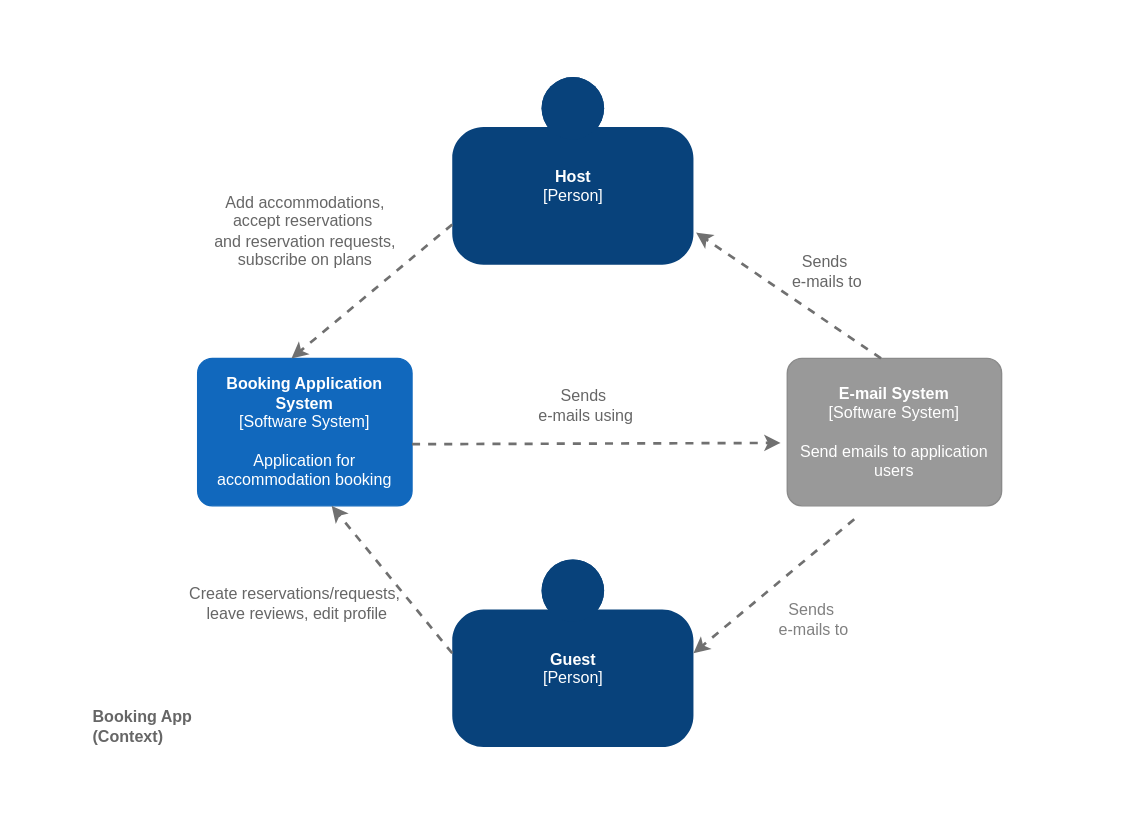
Earlier version of the draw.io diagram page "C4 Context" (1 of 5) of c4 diagram.drawio (djordjekrsmanovic/modular_monolith). Source tidied: cells renumbered, new cells numbered last; positions are measured from the earlier drawing's top-left corner, leaving out a move shared by most shapes. Both pictures are drawn from the tidied source at 134%, with x=0, y=0 at pixel (90, 76).
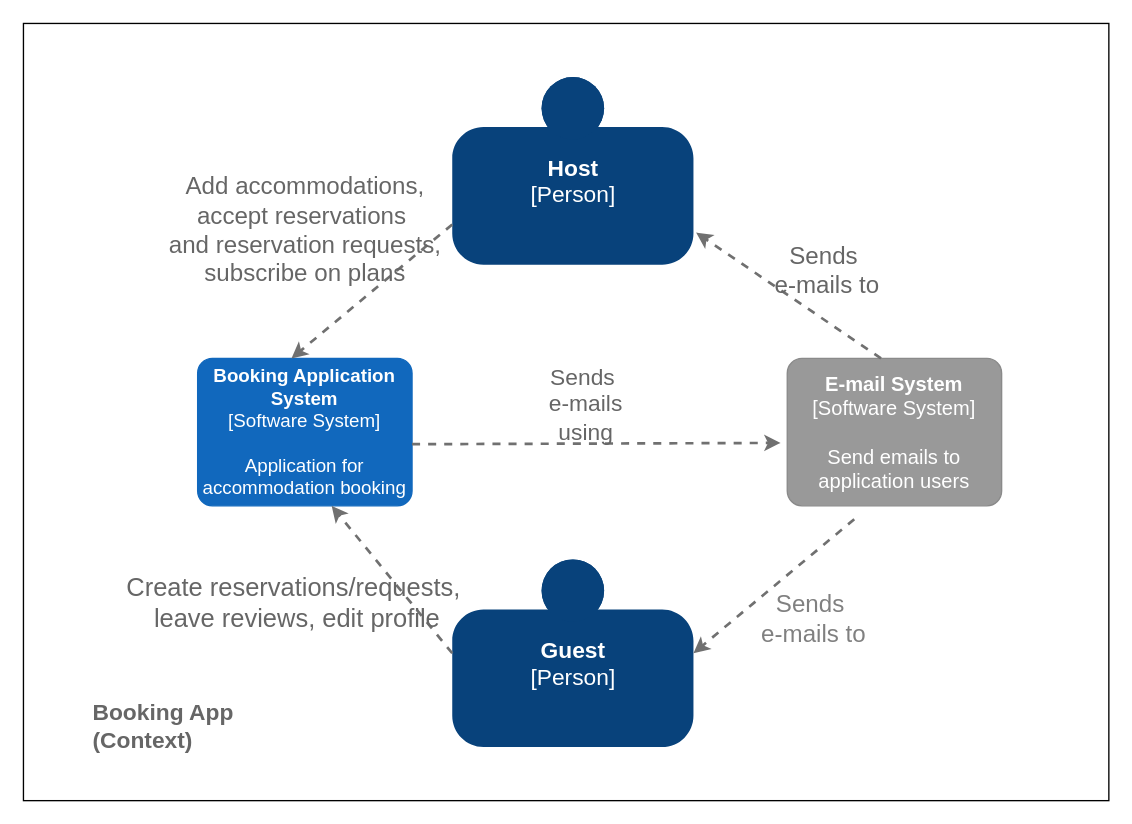
The same page after the edit.

The edit, as a diff of the source:
```diff
@@
+    <mxCell id="17" style="rounded=0;whiteSpace=wrap;html=1;" parent="1" vertex="1">
+      <mxGeometry x="-50" y="-40" width="810" height="580" as="geometry" />
+    </mxCell>
-    <mxCell id="2" value="&lt;b&gt;Booking App&lt;br&gt;(Context)&lt;/b&gt;" style="text;html=1;align=left;verticalAlign=middle;fontColor=#666666;" parent="1" vertex="1">
-      <mxGeometry y="465" width="100" height="40" as="geometry" />
+    <mxCell id="2" value="&lt;b style=&quot;font-size: 17px;&quot;&gt;Booking App&lt;br style=&quot;font-size: 17px;&quot;&gt;(Context)&lt;/b&gt;" style="text;html=1;align=left;verticalAlign=middle;fontColor=#666666;fontSize=17;" parent="1" vertex="1">
+      <mxGeometry y="460" width="130" height="50" as="geometry" />
     </mxCell>
-    <object id="3" label="&lt;b&gt;%c4Name%&lt;/b&gt;&lt;div&gt;[%c4Type%]&lt;/div&gt;&lt;br&gt;&lt;div&gt;%c4Description%&lt;/div&gt;" c4Description="" c4Name="Guest" c4Type="Person" placeholders="1">
-      <mxCell style="html=1;dashed=0;whitespace=wrap;fillColor=#08427b;strokeColor=none;fontColor=#ffffff;shape=mxgraph.c4.person;align=center;metaData={&quot;c4Type&quot;:{&quot;editable&quot;:false}};" parent="1" vertex="1">
+    <object id="3" label="&lt;b style=&quot;font-size: 17px;&quot;&gt;%c4Name%&lt;/b&gt;&lt;div style=&quot;font-size: 17px;&quot;&gt;[%c4Type%]&lt;/div&gt;&lt;br style=&quot;font-size: 17px;&quot;&gt;&lt;div style=&quot;font-size: 17px;&quot;&gt;%c4Description%&lt;/div&gt;" c4Description="" c4Name="Guest" c4Type="Person" placeholders="1">
+      <mxCell style="html=1;dashed=0;whitespace=wrap;fillColor=#08427b;strokeColor=none;fontColor=#ffffff;shape=mxgraph.c4.person;align=center;metaData={&quot;c4Type&quot;:{&quot;editable&quot;:false}};fontSize=17;" parent="1" vertex="1">
         <mxGeometry x="270" y="360" width="180" height="140" as="geometry" />
       </mxCell>
     </object>
-    <object id="4" label="&lt;b&gt;%c4Name%&lt;/b&gt;&lt;div&gt;[%c4Type%]&lt;/div&gt;&lt;br&gt;&lt;div&gt;%c4Description%&lt;/div&gt;" c4Description="Send emails to application users" c4Name="E-mail System" c4Type="Software System" placeholders="1">
-      <mxCell style="rounded=1;whiteSpace=wrap;html=1;labelBackgroundColor=none;fillColor=#999999;fontColor=#ffffff;align=center;arcSize=10;strokeColor=#8A8A8A;metaData={&quot;c4Type&quot;:{&quot;editable&quot;:false}};points=[[0.25,0,0],[0.5,0,0],[0.75,0,0],[1,0.25,0],[1,0.5,0],[1,0.75,0],[0.75,1,0],[0.5,1,0],[0.25,1,0],[0,0.75,0],[0,0.5,0],[0,0.25,0]];" parent="1" vertex="1">
+    <object id="4" label="&lt;b style=&quot;font-size: 15px;&quot;&gt;%c4Name%&lt;/b&gt;&lt;div style=&quot;font-size: 15px;&quot;&gt;[%c4Type%]&lt;/div&gt;&lt;br style=&quot;font-size: 15px;&quot;&gt;&lt;div style=&quot;font-size: 15px;&quot;&gt;%c4Description%&lt;/div&gt;" c4Description="Send emails to application users" c4Name="E-mail System" c4Type="Software System" placeholders="1">
+      <mxCell style="rounded=1;whiteSpace=wrap;html=1;labelBackgroundColor=none;fillColor=#999999;fontColor=#ffffff;align=center;arcSize=10;strokeColor=#8A8A8A;metaData={&quot;c4Type&quot;:{&quot;editable&quot;:false}};points=[[0.25,0,0],[0.5,0,0],[0.75,0,0],[1,0.25,0],[1,0.5,0],[1,0.75,0],[0.75,1,0],[0.5,1,0],[0.25,1,0],[0,0.75,0],[0,0.5,0],[0,0.25,0]];fontSize=15;" parent="1" vertex="1">
         <mxGeometry x="520" y="210" width="160" height="110" as="geometry" />
       </mxCell>
     </object>
-    <object id="5" label="&lt;b&gt;%c4Name%&lt;/b&gt;&lt;div&gt;[%c4Type%]&lt;/div&gt;&lt;br&gt;&lt;div&gt;%c4Description%&lt;/div&gt;" c4Description="Application for accommodation booking" c4Name="Booking Application System" c4Type="Software System" placeholders="1">
-      <mxCell style="rounded=1;whiteSpace=wrap;html=1;labelBackgroundColor=none;fillColor=#1168BD;fontColor=#ffffff;align=center;arcSize=10;strokeColor=#1168BD;metaData={&quot;c4Type&quot;:{&quot;editable&quot;:false}};" parent="1" vertex="1">
+    <object id="5" label="&lt;b style=&quot;font-size: 14px;&quot;&gt;%c4Name%&lt;/b&gt;&lt;div style=&quot;font-size: 14px;&quot;&gt;[%c4Type%]&lt;/div&gt;&lt;br style=&quot;font-size: 14px;&quot;&gt;&lt;div style=&quot;font-size: 14px;&quot;&gt;%c4Description%&lt;/div&gt;" c4Description="Application for accommodation booking" c4Name="Booking Application System" c4Type="Software System" placeholders="1">
+      <mxCell style="rounded=1;whiteSpace=wrap;html=1;labelBackgroundColor=none;fillColor=#1168BD;fontColor=#ffffff;align=center;arcSize=10;strokeColor=#1168BD;metaData={&quot;c4Type&quot;:{&quot;editable&quot;:false}};fontSize=14;" parent="1" vertex="1">
         <mxGeometry x="80" y="210" width="160" height="110" as="geometry" />
       </mxCell>
     </object>
-    <object id="6" label="&lt;b&gt;%c4Name%&lt;/b&gt;&lt;div&gt;[%c4Type%]&lt;/div&gt;&lt;br&gt;&lt;div&gt;%c4Description%&lt;/div&gt;" c4Description="" c4Name="Host" c4Type="Person" placeholders="1">
-      <mxCell style="html=1;dashed=0;whitespace=wrap;fillColor=#08427b;strokeColor=none;fontColor=#ffffff;shape=mxgraph.c4.person;align=center;points=[[0.5,0,0],[1,0.5,0],[1,0.75,0],[0.75,1,0],[0.5,1,0],[0.25,1,0],[0,0.75,0],[0,0.5,0]];metaData={&quot;c4Type&quot;:{&quot;editable&quot;:false}};" parent="1" vertex="1">
+    <object id="6" label="&lt;b style=&quot;font-size: 17px;&quot;&gt;%c4Name%&lt;/b&gt;&lt;div style=&quot;font-size: 17px;&quot;&gt;[%c4Type%]&lt;/div&gt;&lt;br style=&quot;font-size: 17px;&quot;&gt;&lt;div style=&quot;font-size: 17px;&quot;&gt;%c4Description%&lt;/div&gt;" c4Description="" c4Name="Host" c4Type="Person" placeholders="1">
+      <mxCell style="html=1;dashed=0;whitespace=wrap;fillColor=#08427b;strokeColor=none;fontColor=#ffffff;shape=mxgraph.c4.person;align=center;points=[[0.5,0,0],[1,0.5,0],[1,0.75,0],[0.75,1,0],[0.5,1,0],[0.25,1,0],[0,0.75,0],[0,0.5,0]];metaData={&quot;c4Type&quot;:{&quot;editable&quot;:false}};fontSize=17;" parent="1" vertex="1">
         <mxGeometry x="270" width="180" height="140" as="geometry" />
       </mxCell>
     </object>
@@
-    <mxCell id="10" value="&lt;font color=&quot;#666666&quot;&gt;Sends&amp;nbsp;&lt;/font&gt;&lt;div&gt;&lt;font color=&quot;#666666&quot;&gt;e-mails using&lt;/font&gt;&lt;/div&gt;" style="text;html=1;align=center;verticalAlign=middle;whiteSpace=wrap;rounded=0;" parent="1" vertex="1">
+    <mxCell id="10" value="&lt;font color=&quot;#666666&quot; style=&quot;font-size: 17px;&quot;&gt;Sends&amp;nbsp;&lt;/font&gt;&lt;div style=&quot;font-size: 17px;&quot;&gt;&lt;font color=&quot;#666666&quot; style=&quot;font-size: 17px;&quot;&gt;e-mails using&lt;/font&gt;&lt;/div&gt;" style="text;html=1;align=center;verticalAlign=middle;whiteSpace=wrap;rounded=0;fontSize=17;" parent="1" vertex="1">
       <mxGeometry x="320" y="230" width="100" height="30" as="geometry" />
     </mxCell>
-    <mxCell id="11" value="&lt;font color=&quot;#666666&quot;&gt;Sends&amp;nbsp;&lt;/font&gt;&lt;div&gt;&lt;font color=&quot;#666666&quot;&gt;e-mails to&lt;/font&gt;&lt;/div&gt;" style="text;html=1;align=center;verticalAlign=middle;whiteSpace=wrap;rounded=0;" parent="1" vertex="1">
+    <mxCell id="11" value="&lt;font style=&quot;font-size: 18px;&quot; color=&quot;#666666&quot;&gt;Sends&amp;nbsp;&lt;/font&gt;&lt;div style=&quot;font-size: 18px;&quot;&gt;&lt;font style=&quot;font-size: 18px;&quot; color=&quot;#666666&quot;&gt;e-mails to&lt;/font&gt;&lt;/div&gt;" style="text;html=1;align=center;verticalAlign=middle;whiteSpace=wrap;rounded=0;fontSize=18;" parent="1" vertex="1">
       <mxGeometry x="500" y="130" width="100" height="30" as="geometry" />
     </mxCell>
-    <mxCell id="12" value="&lt;font color=&quot;#808080&quot;&gt;Sends&amp;nbsp;&lt;/font&gt;&lt;div&gt;&lt;font color=&quot;#808080&quot;&gt;e-mails to&lt;/font&gt;&lt;/div&gt;" style="text;html=1;align=center;verticalAlign=middle;whiteSpace=wrap;rounded=0;" parent="1" vertex="1">
+    <mxCell id="12" value="&lt;font style=&quot;font-size: 18px;&quot; color=&quot;#808080&quot;&gt;Sends&amp;nbsp;&lt;/font&gt;&lt;div style=&quot;font-size: 18px;&quot;&gt;&lt;font style=&quot;font-size: 18px;&quot; color=&quot;#808080&quot;&gt;e-mails to&lt;/font&gt;&lt;/div&gt;" style="text;html=1;align=center;verticalAlign=middle;whiteSpace=wrap;rounded=0;fontSize=18;" parent="1" vertex="1">
       <mxGeometry x="490" y="390" width="100" height="30" as="geometry" />
     </mxCell>
@@
-    <mxCell id="14" value="&lt;font color=&quot;#666666&quot;&gt;Add accommodations,&lt;br&gt;accept reservations&amp;nbsp;&lt;/font&gt;&lt;div&gt;&lt;font color=&quot;#666666&quot;&gt;and reservation requests,&lt;/font&gt;&lt;/div&gt;&lt;div&gt;&lt;font color=&quot;#666666&quot;&gt;subscribe on plans&lt;/font&gt;&lt;/div&gt;" style="text;html=1;align=center;verticalAlign=middle;strokeColor=none;fillColor=none;" parent="1" vertex="1">
-      <mxGeometry x="80" y="80" width="160" height="70" as="geometry" />
+    <mxCell id="14" value="&lt;font style=&quot;font-size: 18px;&quot; color=&quot;#666666&quot;&gt;Add accommodations,&lt;br style=&quot;font-size: 18px;&quot;&gt;accept reservations&amp;nbsp;&lt;/font&gt;&lt;div style=&quot;font-size: 18px;&quot;&gt;&lt;font style=&quot;font-size: 18px;&quot; color=&quot;#666666&quot;&gt;and reservation requests,&lt;/font&gt;&lt;/div&gt;&lt;div style=&quot;font-size: 18px;&quot;&gt;&lt;font style=&quot;font-size: 18px;&quot; color=&quot;#666666&quot;&gt;subscribe on plans&lt;/font&gt;&lt;/div&gt;" style="text;html=1;align=center;verticalAlign=middle;strokeColor=none;fillColor=none;fontSize=18;" parent="1" vertex="1">
+      <mxGeometry x="45" y="65" width="230" height="100" as="geometry" />
     </mxCell>
@@
-    <mxCell id="16" value="&lt;font color=&quot;#666666&quot;&gt;Create reservations/requests,&amp;nbsp;&lt;/font&gt;&lt;div&gt;&lt;font color=&quot;#666666&quot;&gt;leave reviews, edit profile&lt;/font&gt;&lt;/div&gt;" style="text;html=1;align=center;verticalAlign=middle;strokeColor=none;fillColor=none;" parent="1" vertex="1">
-      <mxGeometry x="64" y="373" width="180" height="40" as="geometry" />
+    <mxCell id="16" value="&lt;font color=&quot;#666666&quot; style=&quot;font-size: 19px;&quot;&gt;Create reservations/requests,&amp;nbsp;&lt;/font&gt;&lt;div style=&quot;font-size: 19px;&quot;&gt;&lt;font color=&quot;#666666&quot; style=&quot;font-size: 19px;&quot;&gt;leave reviews, edit profile&lt;/font&gt;&lt;/div&gt;" style="text;html=1;align=center;verticalAlign=middle;strokeColor=none;fillColor=none;fontSize=19;" parent="1" vertex="1">
+      <mxGeometry x="14" y="363" width="280" height="60" as="geometry" />
     </mxCell>
```
